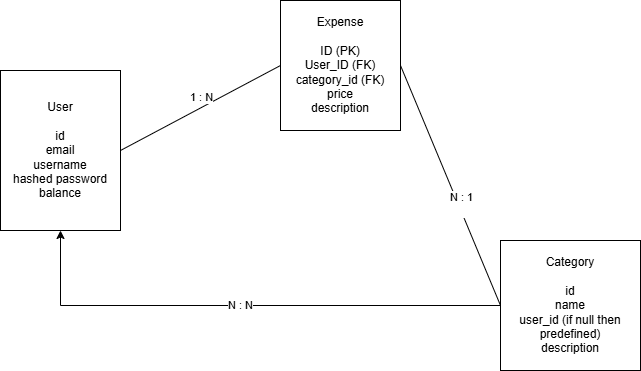
Above: db_schema.png in JosipGoluza/HomeBudget (draw.io), before the change. Source tidied: cells renumbered, new cells last; positions are measured from the earlier drawing's top-left corner, leaving out a move shared by most shapes.
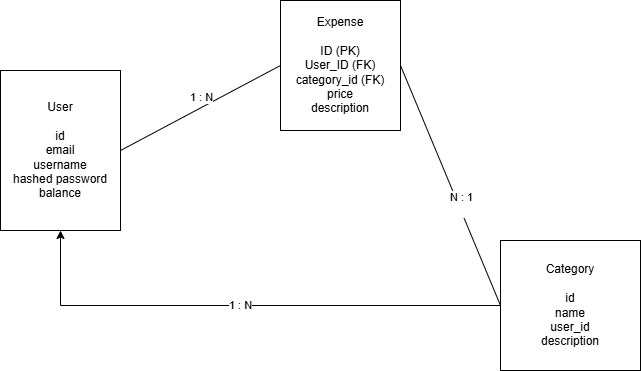
After the change.

Diff of the diagram source:
```diff
@@ -19,10 +19,10 @@
     <mxCell id="6" style="edgeStyle=orthogonalEdgeStyle;rounded=0;jettySize=auto;html=1;exitX=0;exitY=0.5;exitDx=0;exitDy=0;entryX=0.5;entryY=1;entryDx=0;entryDy=0;" parent="1" edge="1" source="8" target="2">
       <mxGeometry relative="1" as="geometry" />
     </mxCell>
-    <mxCell id="7" value="N : N" style="edgeLabel;html=1;align=center;verticalAlign=middle;" parent="6" vertex="1">
+    <mxCell id="7" value="1 : N" style="edgeLabel;html=1;align=center;verticalAlign=middle;" parent="6" vertex="1">
       <mxGeometry x="0.01" y="-1" relative="1" as="geometry" />
     </mxCell>
-    <mxCell id="8" value="Category&lt;div&gt;&lt;div&gt;&lt;br&gt;&lt;/div&gt;&lt;div&gt;id&lt;/div&gt;&lt;div&gt;name&lt;/div&gt;&lt;div&gt;user_id (if null then predefined)&lt;/div&gt;&lt;div&gt;description&lt;/div&gt;&lt;/div&gt;" style="rounded=0;whiteSpace=wrap;html=1;" parent="1" vertex="1">
+    <mxCell id="8" value="Category&lt;div&gt;&lt;div&gt;&lt;br&gt;&lt;/div&gt;&lt;div&gt;id&lt;/div&gt;&lt;div&gt;name&lt;/div&gt;&lt;div&gt;user_id&lt;/div&gt;&lt;div&gt;description&lt;/div&gt;&lt;/div&gt;" style="rounded=0;whiteSpace=wrap;html=1;" parent="1" vertex="1">
       <mxGeometry x="500" y="240" width="140" height="130" as="geometry" />
     </mxCell>
     <mxCell id="9" style="endArrow=none;html=1;rounded=0;exitX=1;exitY=0.5;exitDx=0;exitDy=0;entryX=0;entryY=0.5;entryDx=0;entryDy=0;" parent="1" edge="1" source="3" target="8">
```
